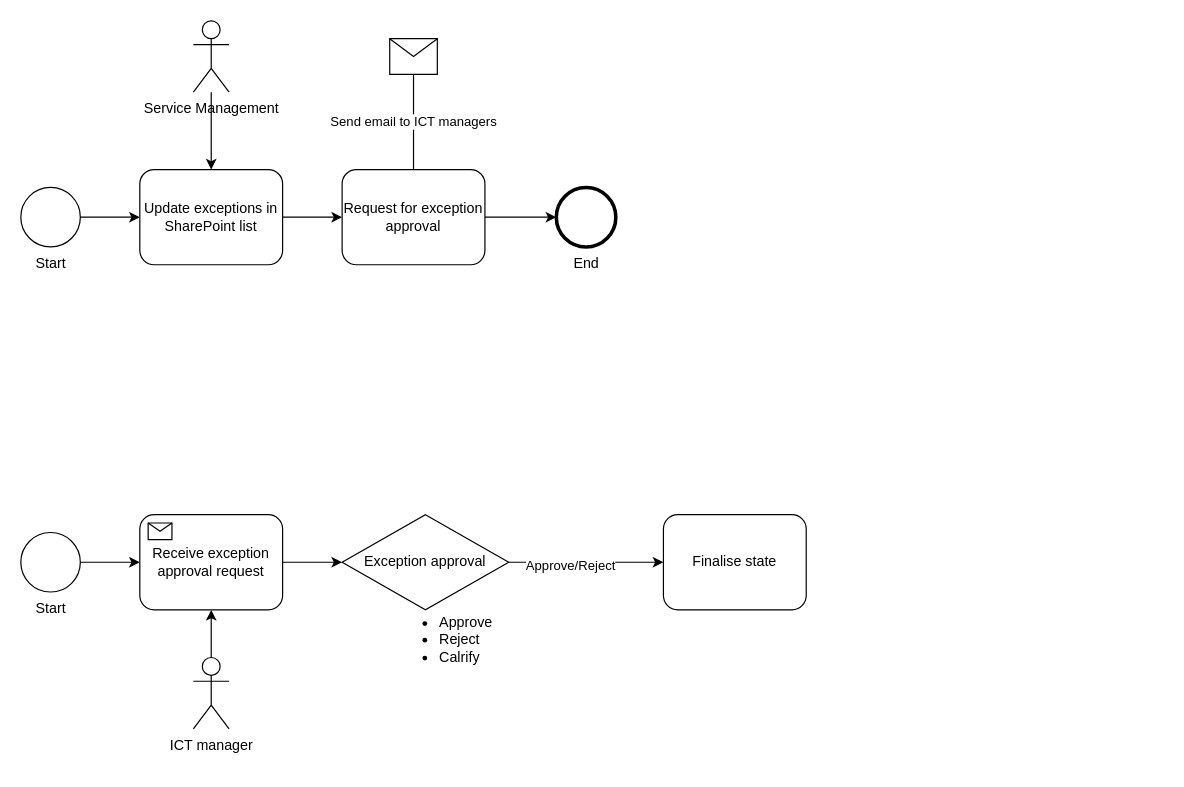
Earlier version of the draw.io diagram Untitled Diagram.drawio (mayankmotani89/Exception-Approval-Workflow). Source tidied: cells renumbered, new cells numbered last; positions are measured from the earlier drawing's top-left corner, leaving out a move shared by most shapes. Both pictures are drawn from the tidied source at 119%, with x=0, y=0 at pixel (20, 20).
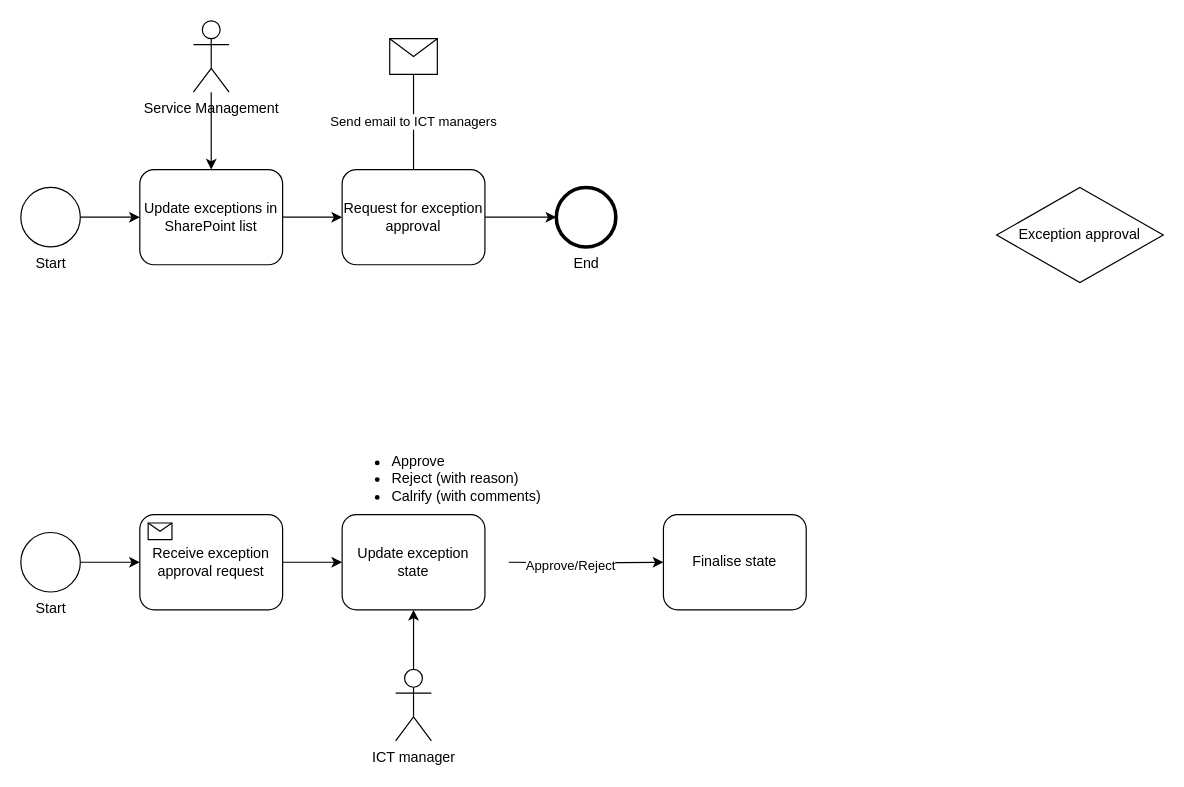
Above is the later version.

Unchanged cells that the change refers to:
```xml
<mxCell id="14" value="Receive exception approval request" style="html=1;whiteSpace=wrap;rounded=1;" parent="1" vertex="1">
  <mxGeometry x="100" y="415" width="120" height="80" as="geometry" />
</mxCell>
<mxCell id="24" value="Finalise state" style="shape=ext;rounded=1;html=1;whiteSpace=wrap;" parent="1" vertex="1">
  <mxGeometry x="540" y="415" width="120" height="80" as="geometry" />
</mxCell>
```

What changed in the source:
```diff
@@
-    <mxCell id="13" style="edgeStyle=orthogonalEdgeStyle;rounded=0;jettySize=auto;html=1;" parent="1" edge="1" source="14" target="22">
+    <mxCell id="13" style="edgeStyle=orthogonalEdgeStyle;rounded=0;jettySize=auto;html=1;entryX=0;entryY=0.5;entryDx=0;entryDy=0;" parent="1" edge="1" source="14" target="25">
       <mxGeometry relative="1" as="geometry" />
     </mxCell>
@@
-    <mxCell id="18" style="edgeStyle=orthogonalEdgeStyle;rounded=0;jettySize=auto;html=1;" parent="1" edge="1" source="19" target="14">
+    <mxCell id="18" style="edgeStyle=orthogonalEdgeStyle;rounded=0;jettySize=auto;html=1;entryX=0.5;entryY=1;entryDx=0;entryDy=0;" parent="1" edge="1" source="19" target="25">
       <mxGeometry relative="1" as="geometry" />
     </mxCell>
     <mxCell id="19" value="ICT manager" style="shape=umlActor;verticalLabelPosition=bottom;verticalAlign=top;html=1;outlineConnect=0;" parent="1" vertex="1">
-      <mxGeometry x="145" y="535" width="30" height="60" as="geometry" />
+      <mxGeometry x="315" y="545" width="30" height="60" as="geometry" />
     </mxCell>
-    <mxCell id="20" style="edgeStyle=orthogonalEdgeStyle;rounded=0;jettySize=auto;html=1;" parent="1" edge="1" source="22" target="24">
-      <mxGeometry relative="1" as="geometry" />
+    <mxCell id="20" style="edgeStyle=orthogonalEdgeStyle;rounded=0;jettySize=auto;html=1;" parent="1" edge="1" target="24">
+      <mxGeometry relative="1" as="geometry">
+        <mxPoint x="410" y="455" as="sourcePoint" />
+      </mxGeometry>
     </mxCell>
@@
-    <mxCell id="22" value="Exception approval" style="rhombus;whiteSpace=wrap;html=1;" parent="1" vertex="1">
-      <mxGeometry x="270" y="415" width="140" height="80" as="geometry" />
-    </mxCell>
-    <mxCell id="23" value="&lt;ul&gt;&lt;li&gt;Approve&lt;/li&gt;&lt;li&gt;Reject&lt;/li&gt;&lt;li&gt;Calrify&lt;/li&gt;&lt;/ul&gt;" style="text;strokeColor=none;fillColor=none;html=1;whiteSpace=wrap;verticalAlign=middle;overflow=hidden;" parent="1" vertex="1">
-      <mxGeometry x="310" y="480" width="100" height="80" as="geometry" />
+    <mxCell id="23" value="&lt;ul&gt;&lt;li&gt;Approve&lt;/li&gt;&lt;li&gt;Reject (with reason)&lt;/li&gt;&lt;li&gt;Calrify (with comments)&lt;/li&gt;&lt;/ul&gt;" style="text;strokeColor=none;fillColor=none;html=1;whiteSpace=wrap;verticalAlign=middle;overflow=hidden;" parent="1" vertex="1">
+      <mxGeometry x="270" y="345" width="170" height="80" as="geometry" />
     </mxCell>
@@
+    <mxCell id="22" value="Exception approval" style="rhombus;whiteSpace=wrap;html=1;" parent="1" vertex="1">
+      <mxGeometry x="820" y="140" width="140" height="80" as="geometry" />
+    </mxCell>
+    <mxCell id="25" value="Update exception state" style="shape=ext;rounded=1;html=1;whiteSpace=wrap;" parent="1" vertex="1">
+      <mxGeometry x="270" y="415" width="120" height="80" as="geometry" />
+    </mxCell>
```
